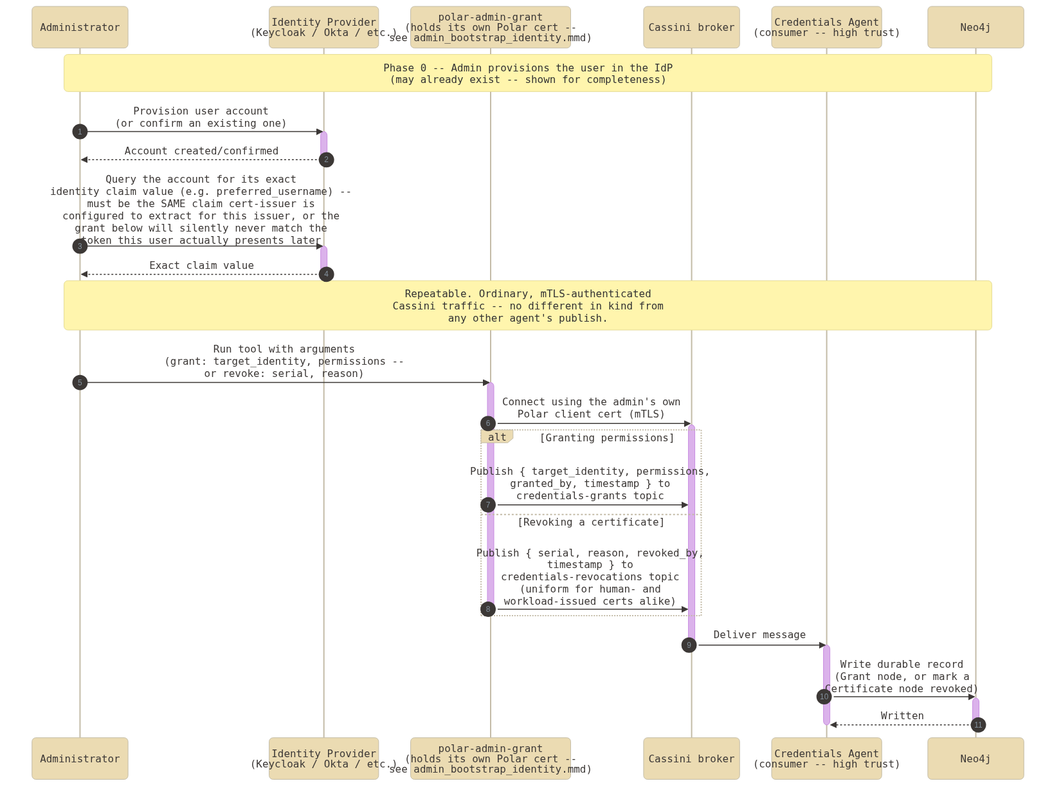
The Mermaid diagram docs/architecture/sequences/general/admin_permission_grant.png in cmu-sei/Polar, before a commit. Its source is kept beside it as docs/architecture/sequences/general/admin_permission_grant.mmd. The source it was exported from:
```mermaid
sequenceDiagram
    autonumber
    participant Admin as Administrator
    participant IdP as Identity Provider<br/>(Keycloak / Okta / etc.)
    participant GrantTool as polar-admin-grant<br/>(holds its own Polar cert --<br/>see admin_bootstrap_identity.mmd)
    participant Cassini as Cassini broker
    participant CredAgentCon as Credentials Agent<br/>(consumer -- high trust)
    participant Graph as Neo4j

    Note over Admin,Graph: Phase 0 -- Admin provisions the user in the IdP<br/>(may already exist -- shown for completeness)

    Admin->>IdP: Provision user account<br/>(or confirm an existing one)
    activate IdP
    IdP-->>Admin: Account created/confirmed
    deactivate IdP

    Admin->>IdP: Query the account for its exact<br/>identity claim value (e.g. preferred_username) --<br/>must be the SAME claim cert-issuer is<br/>configured to extract for this issuer, or the<br/>grant below will silently never match the<br/>token this user actually presents later
    activate IdP
    IdP-->>Admin: Exact claim value
    deactivate IdP

    Note over Admin,Graph: Repeatable. Ordinary, mTLS-authenticated<br/>Cassini traffic -- no different in kind from<br/>any other agent's publish.

    Admin->>GrantTool: Run tool with arguments<br/>(grant: target_identity, permissions --<br/>or revoke: serial, reason)
    activate GrantTool
    GrantTool->>Cassini: Connect using the admin's own<br/>Polar client cert (mTLS)
    activate Cassini

    alt Granting permissions
        GrantTool->>Cassini: Publish { target_identity, permissions,<br/>granted_by, timestamp } to<br/>credentials-grants topic
    else Revoking a certificate
        GrantTool->>Cassini: Publish { serial, reason, revoked_by,<br/>timestamp } to<br/>credentials-revocations topic<br/>(uniform for human- and<br/>workload-issued certs alike)
    end
    deactivate GrantTool

    Cassini->>CredAgentCon: Deliver message
    deactivate Cassini
    activate CredAgentCon
    CredAgentCon->>Graph: Write durable record<br/>(Grant node, or mark a<br/>Certificate node revoked)
    activate Graph
    Graph-->>CredAgentCon: Written
    deactivate Graph
    deactivate CredAgentCon
```
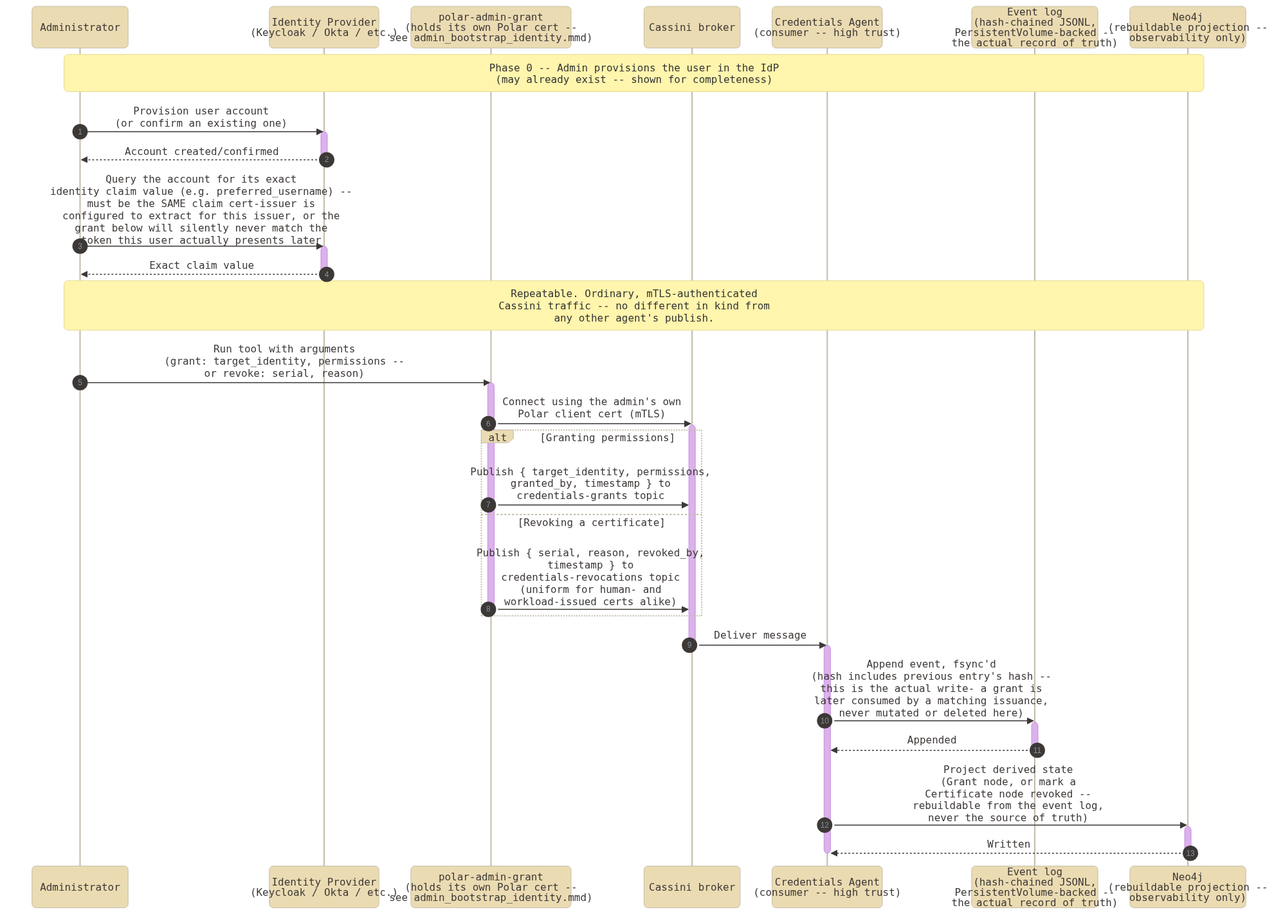
Above is the later version.

Commit message:
docs(credentials-agent): event sourcing, secret escrow, identity distribution, corrected admin bootstrap

Change to the diagram source:
```diff
@@ -5,7 +5,8 @@
     participant GrantTool as polar-admin-grant<br/>(holds its own Polar cert --<br/>see admin_bootstrap_identity.mmd)
     participant Cassini as Cassini broker
     participant CredAgentCon as Credentials Agent<br/>(consumer -- high trust)
-    participant Graph as Neo4j
+    participant EventLog as Event log<br/>(hash-chained JSONL,<br/>PersistentVolume-backed --<br/>the actual record of truth)
+    participant Graph as Neo4j<br/>(rebuildable projection --<br/>observability only)
 
     Note over Admin,Graph: Phase 0 -- Admin provisions the user in the IdP<br/>(may already exist -- shown for completeness)
 
@@ -36,7 +37,11 @@
     Cassini->>CredAgentCon: Deliver message
     deactivate Cassini
     activate CredAgentCon
-    CredAgentCon->>Graph: Write durable record<br/>(Grant node, or mark a<br/>Certificate node revoked)
+    CredAgentCon->>EventLog: Append event, fsync'd<br/>(hash includes previous entry's hash --<br/>this is the actual write- a grant is<br/>later consumed by a matching issuance,<br/>never mutated or deleted here)
+    activate EventLog
+    EventLog-->>CredAgentCon: Appended
+    deactivate EventLog
+    CredAgentCon->>Graph: Project derived state<br/>(Grant node, or mark a<br/>Certificate node revoked --<br/>rebuildable from the event log,<br/>never the source of truth)
     activate Graph
     Graph-->>CredAgentCon: Written
     deactivate Graph
```
